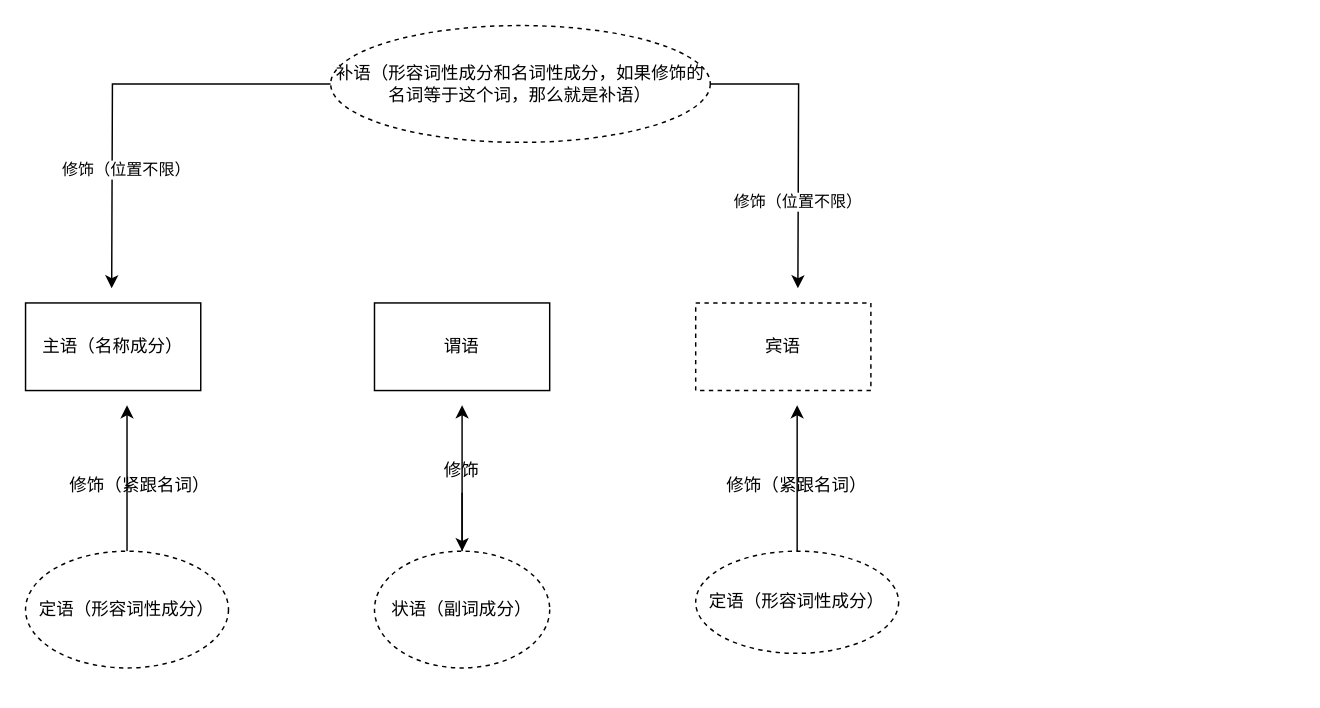
This is 英语语法体系.drawio from qinpegnsen/drawio_folder, a draw.io file, before an edit. Source tidied: cells renumbered, new cells numbered last; positions are measured from the earlier drawing's top-left corner, leaving out a move shared by most shapes. Both pictures are drawn from the tidied source at 146%, with x=0, y=0 at pixel (25, 25).
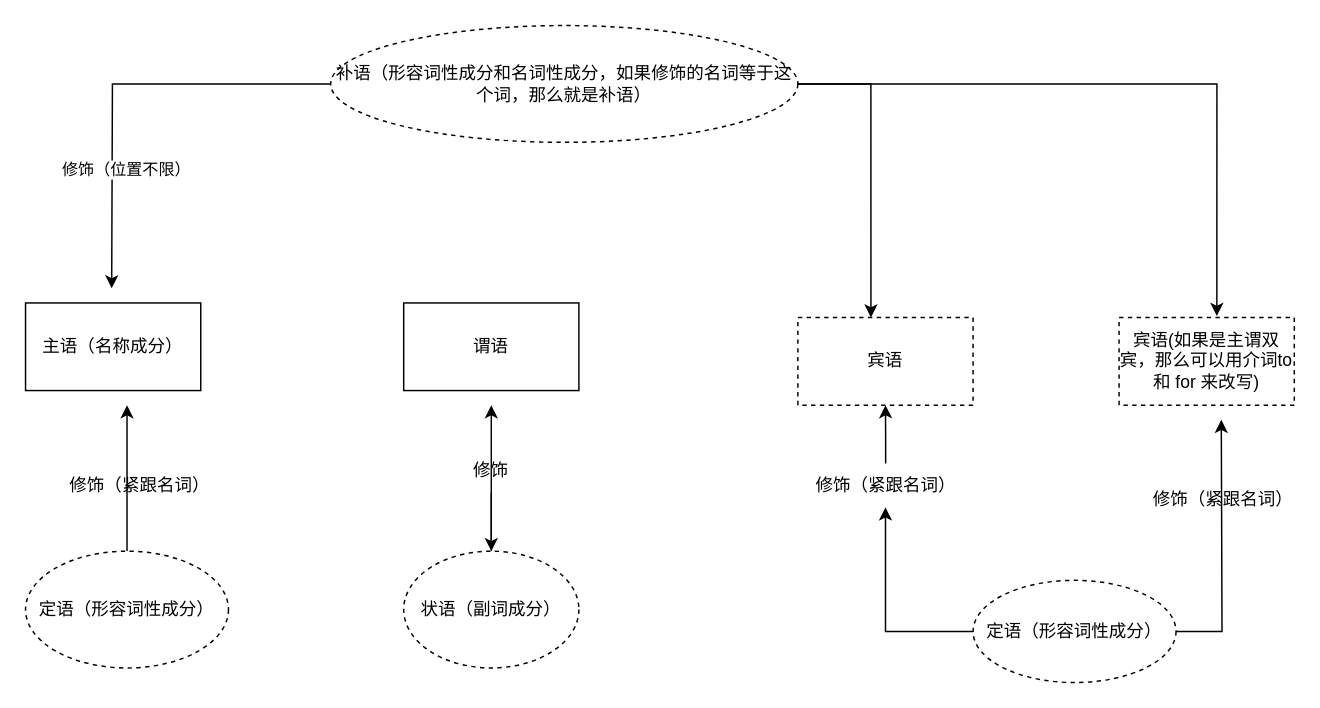
Above is the later version.

Commit message:
更新英语语法体系.drawio

What changed in the source:
```diff
@@
     <mxCell id="3" value="谓语" style="rounded=0;whiteSpace=wrap;html=1;" parent="1" vertex="1">
-      <mxGeometry x="239" y="190" width="120" height="60" as="geometry" />
+      <mxGeometry x="259" y="190" width="120" height="60" as="geometry" />
     </mxCell>
     <mxCell id="4" value="宾语" style="rounded=0;whiteSpace=wrap;html=1;dashed=1;" parent="1" vertex="1">
-      <mxGeometry x="459" y="190" width="120" height="60" as="geometry" />
+      <mxGeometry x="529" y="200" width="120" height="60" as="geometry" />
     </mxCell>
@@
-    <mxCell id="6" value="修饰（位置不限）" style="edgeStyle=orthogonalEdgeStyle;rounded=0;jettySize=auto;html=1;" parent="1" edge="1" source="7">
-      <mxGeometry x="0.42" relative="1" as="geometry">
-        <mxPoint x="529" y="180" as="targetPoint" />
-      </mxGeometry>
-    </mxCell>
     <mxCell id="7" value="补语（形容词性成分和名词性成分，如果修饰的名词等于这个词，那么就是补语）" style="ellipse;whiteSpace=wrap;html=1;dashed=1;" parent="1" vertex="1">
-      <mxGeometry x="209" width="260" height="80" as="geometry" />
+      <mxGeometry x="209" width="320" height="80" as="geometry" />
     </mxCell>
     <mxCell id="8" style="edgeStyle=orthogonalEdgeStyle;rounded=0;jettySize=auto;html=1;" parent="1" edge="1" source="9">
       <mxGeometry relative="1" as="geometry">
-        <mxPoint x="299" y="260" as="targetPoint" />
+        <mxPoint x="319" y="260" as="targetPoint" />
       </mxGeometry>
     </mxCell>
     <mxCell id="9" value="状语（副词成分）" style="ellipse;whiteSpace=wrap;html=1;dashed=1;" parent="1" vertex="1">
-      <mxGeometry x="239" y="360" width="120" height="80" as="geometry" />
+      <mxGeometry x="259" y="360" width="120" height="80" as="geometry" />
     </mxCell>
@@
-    <mxCell id="12" style="edgeStyle=orthogonalEdgeStyle;rounded=0;jettySize=auto;html=1;" parent="1" edge="1" source="13">
-      <mxGeometry relative="1" as="geometry">
-        <mxPoint x="528.5" y="260" as="targetPoint" />
-      </mxGeometry>
+    <mxCell id="12" style="edgeStyle=orthogonalEdgeStyle;rounded=0;jettySize=auto;html=1;entryX=0.5;entryY=1;entryDx=0;entryDy=0;" parent="1" edge="1" source="17" target="4">
+      <mxGeometry relative="1" as="geometry" />
     </mxCell>
+    <mxCell id="18" style="edgeStyle=orthogonalEdgeStyle;rounded=0;jettySize=auto;html=1;" parent="1" edge="1" source="13">
+      <mxGeometry relative="1" as="geometry">
+        <mxPoint x="819" y="270" as="targetPoint" />
+      </mxGeometry>
+    </mxCell>
     <mxCell id="13" value="定语（形容词性成分）" style="ellipse;whiteSpace=wrap;html=1;dashed=1;" parent="1" vertex="1">
-      <mxGeometry x="459" y="360" width="139" height="70" as="geometry" />
+      <mxGeometry x="649" y="380" width="139" height="70" as="geometry" />
     </mxCell>
@@
     <mxCell id="16" value="修饰" style="text;strokeColor=none;align=center;fillColor=none;html=1;verticalAlign=middle;whiteSpace=wrap;rounded=0;" parent="1" vertex="1">
-      <mxGeometry x="269" y="290" width="60" height="30" as="geometry" />
+      <mxGeometry x="289" y="290" width="60" height="30" as="geometry" />
     </mxCell>
+    <mxCell id="19" value="宾语(如果是主谓双宾，那么可以用介词to 和 for 来改写)" style="rounded=0;whiteSpace=wrap;html=1;dashed=1;" parent="1" vertex="1">
+      <mxGeometry x="749" y="200" width="120" height="60" as="geometry" />
+    </mxCell>
+    <mxCell id="20" style="edgeStyle=orthogonalEdgeStyle;rounded=0;jettySize=auto;html=1;entryX=0.558;entryY=-0.017;entryDx=0;entryDy=0;entryPerimeter=0;" parent="1" edge="1" source="7" target="19">
+      <mxGeometry relative="1" as="geometry" />
+    </mxCell>
+    <mxCell id="21" style="edgeStyle=orthogonalEdgeStyle;rounded=0;jettySize=auto;html=1;entryX=0.417;entryY=0;entryDx=0;entryDy=0;entryPerimeter=0;" parent="1" edge="1" source="7" target="4">
+      <mxGeometry relative="1" as="geometry">
+        <Array as="points">
+          <mxPoint x="579" y="40" />
+        </Array>
+      </mxGeometry>
+    </mxCell>
+    <mxCell id="22" style="edgeStyle=orthogonalEdgeStyle;rounded=0;jettySize=auto;html=1;" parent="1" edge="1" source="13" target="17">
+      <mxGeometry relative="1" as="geometry">
+        <Array as="points">
+          <mxPoint x="589" y="415" />
+        </Array>
+      </mxGeometry>
+    </mxCell>
     <mxCell id="17" value="修饰（紧跟名词）" style="text;strokeColor=none;align=center;fillColor=none;html=1;verticalAlign=middle;whiteSpace=wrap;rounded=0;" parent="1" vertex="1">
-      <mxGeometry x="479.2" y="300" width="98.5" height="30" as="geometry" />
+      <mxGeometry x="539.8" y="300" width="98.5" height="30" as="geometry" />
     </mxCell>
+    <mxCell id="23" value="修饰（紧跟名词）" style="text;strokeColor=none;align=center;fillColor=none;html=1;verticalAlign=middle;whiteSpace=wrap;rounded=0;" parent="1" vertex="1">
+      <mxGeometry x="770.5" y="310" width="98.5" height="30" as="geometry" />
+    </mxCell>
```
